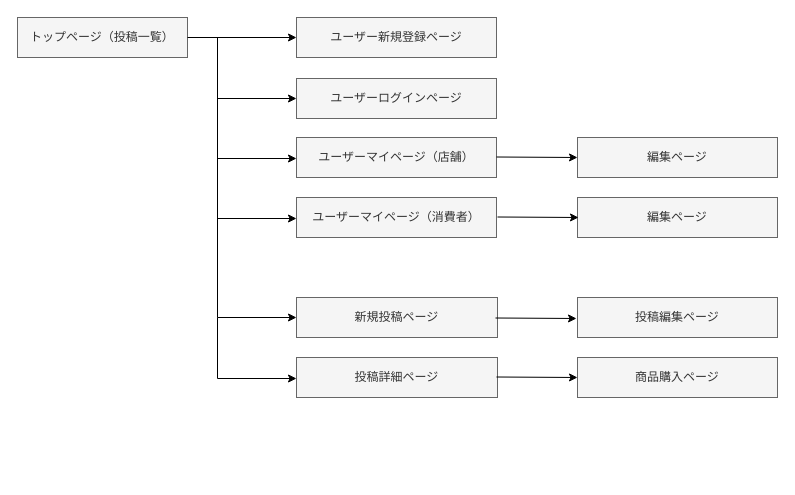
The draw.io diagram Untitled Diagram.drawio in tanaatsu/promo-37181, before the edit. Source tidied: cells renumbered, new cells numbered last; positions are measured from the earlier drawing's top-left corner, leaving out a move shared by most shapes. Both pictures are drawn from the tidied source at 100%, with x=0, y=0 at pixel (17, 17).
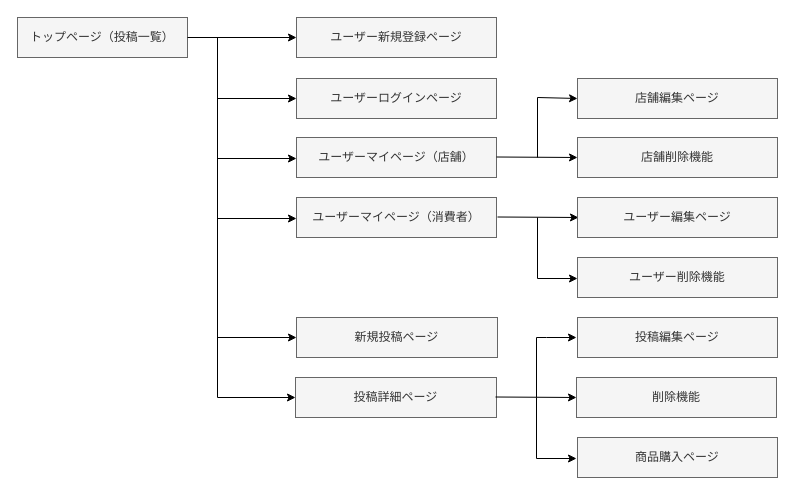
Above is the later version.

Unchanged cells that the change refers to:
```xml
<mxCell id="7" value="ユーザー新規登録ページ" style="whiteSpace=wrap;html=1;align=center;fillColor=#f5f5f5;fontColor=#333333;strokeColor=#666666;" parent="1" vertex="1">
  <mxGeometry x="279" width="200" height="40" as="geometry" />
</mxCell>
<mxCell id="8" value="ユーザーログインページ" style="whiteSpace=wrap;html=1;align=center;fillColor=#f5f5f5;fontColor=#333333;strokeColor=#666666;" parent="1" vertex="1">
  <mxGeometry x="279" y="61" width="200" height="40" as="geometry" />
</mxCell>
```

The edit, as a diff of the source:
```diff
@@
+    <mxCell id="23" value="削除機能" style="whiteSpace=wrap;html=1;align=center;fillColor=#f5f5f5;fontColor=#333333;strokeColor=#666666;" parent="1" vertex="1">
+      <mxGeometry x="559" y="360" width="200" height="40" as="geometry" />
+    </mxCell>
+    <mxCell id="24" value="店舗削除機能" style="whiteSpace=wrap;html=1;align=center;fillColor=#f5f5f5;fontColor=#333333;strokeColor=#666666;" parent="1" vertex="1">
+      <mxGeometry x="560" y="120" width="200" height="40" as="geometry" />
+    </mxCell>
@@
     <mxCell id="3" value="新規投稿ページ" style="whiteSpace=wrap;html=1;align=center;fillColor=#f5f5f5;fontColor=#333333;strokeColor=#666666;" parent="1" vertex="1">
-      <mxGeometry x="279" y="280" width="201" height="40" as="geometry" />
+      <mxGeometry x="279" y="300" width="201" height="40" as="geometry" />
     </mxCell>
     <mxCell id="4" value="投稿詳細ページ" style="whiteSpace=wrap;html=1;align=center;fillColor=#f5f5f5;fontColor=#333333;strokeColor=#666666;" parent="1" vertex="1">
-      <mxGeometry x="279" y="340" width="201" height="40" as="geometry" />
+      <mxGeometry x="278" y="360" width="201" height="40" as="geometry" />
     </mxCell>
     <mxCell id="5" value="投稿編集ページ" style="whiteSpace=wrap;html=1;align=center;fillColor=#f5f5f5;fontColor=#333333;strokeColor=#666666;" parent="1" vertex="1">
-      <mxGeometry x="560" y="280" width="200" height="40" as="geometry" />
+      <mxGeometry x="560" y="300" width="200" height="40" as="geometry" />
     </mxCell>
     <mxCell id="6" value="商品購入ページ" style="whiteSpace=wrap;html=1;align=center;fillColor=#f5f5f5;fontColor=#333333;strokeColor=#666666;" parent="1" vertex="1">
-      <mxGeometry x="560" y="340" width="200" height="40" as="geometry" />
+      <mxGeometry x="560" y="420" width="200" height="40" as="geometry" />
     </mxCell>
@@
-    <mxCell id="11" value="編集ページ" style="whiteSpace=wrap;html=1;align=center;fillColor=#f5f5f5;fontColor=#333333;strokeColor=#666666;" parent="1" vertex="1">
-      <mxGeometry x="560" y="120" width="200" height="40" as="geometry" />
-    </mxCell>
-    <mxCell id="12" value="編集ページ" style="whiteSpace=wrap;html=1;align=center;fillColor=#f5f5f5;fontColor=#333333;strokeColor=#666666;" parent="1" vertex="1">
-      <mxGeometry x="560" y="180" width="200" height="40" as="geometry" />
-    </mxCell>
-    <mxCell id="13" style="endArrow=classic;html=1;rounded=0;entryX=0;entryY=0.5;entryDx=0;entryDy=0;" parent="1" edge="1" target="7">
-      <mxGeometry relative="1" as="geometry">
-        <mxPoint x="170" y="20" as="sourcePoint" />
-      </mxGeometry>
-    </mxCell>
-    <mxCell id="14" style="endArrow=classic;html=1;rounded=0;entryX=0;entryY=0.5;entryDx=0;entryDy=0;" parent="1" edge="1" target="8">
-      <mxGeometry relative="1" as="geometry">
-        <mxPoint x="200" y="20" as="sourcePoint" />
-        <Array as="points">
-          <mxPoint x="200" y="81" />
-        </Array>
-      </mxGeometry>
-    </mxCell>
-    <mxCell id="15" style="endArrow=classic;html=1;rounded=0;entryX=0;entryY=0.5;entryDx=0;entryDy=0;" parent="1" edge="1">
-      <mxGeometry relative="1" as="geometry">
-        <mxPoint x="200" y="80" as="sourcePoint" />
-        <mxPoint x="279" y="141" as="targetPoint" />
-        <Array as="points">
-          <mxPoint x="200" y="141" />
-        </Array>
-      </mxGeometry>
-    </mxCell>
-    <mxCell id="16" style="endArrow=classic;html=1;rounded=0;entryX=0;entryY=0.5;entryDx=0;entryDy=0;" parent="1" edge="1">
-      <mxGeometry relative="1" as="geometry">
-        <mxPoint x="200" y="140" as="sourcePoint" />
-        <mxPoint x="279" y="201" as="targetPoint" />
-        <Array as="points">
-          <mxPoint x="200" y="201" />
-        </Array>
-      </mxGeometry>
-    </mxCell>
-    <mxCell id="17" style="endArrow=classic;html=1;rounded=0;entryX=0;entryY=0.5;entryDx=0;entryDy=0;" parent="1" edge="1" target="3">
-      <mxGeometry relative="1" as="geometry">
-        <mxPoint x="200" y="200" as="sourcePoint" />
-        <Array as="points">
-          <mxPoint x="200" y="300" />
-        </Array>
-      </mxGeometry>
-    </mxCell>
-    <mxCell id="18" style="endArrow=classic;html=1;rounded=0;entryX=0;entryY=0.5;entryDx=0;entryDy=0;" parent="1" edge="1">
-      <mxGeometry relative="1" as="geometry">
-        <mxPoint x="200" y="300" as="sourcePoint" />
-        <mxPoint x="279" y="361" as="targetPoint" />
-        <Array as="points">
-          <mxPoint x="200" y="361" />
-        </Array>
-      </mxGeometry>
-    </mxCell>
-    <mxCell id="19" style="endArrow=classic;html=1;rounded=0;" parent="1" edge="1">
-      <mxGeometry relative="1" as="geometry">
-        <mxPoint x="479" y="139.5" as="sourcePoint" />
-        <mxPoint x="560" y="140" as="targetPoint" />
-      </mxGeometry>
-    </mxCell>
-    <mxCell id="20" style="endArrow=classic;html=1;rounded=0;" parent="1" edge="1">
-      <mxGeometry relative="1" as="geometry">
-        <mxPoint x="480" y="199.5" as="sourcePoint" />
-        <mxPoint x="561" y="200" as="targetPoint" />
-      </mxGeometry>
-    </mxCell>
-    <mxCell id="21" style="endArrow=classic;html=1;rounded=0;" parent="1" edge="1">
-      <mxGeometry relative="1" as="geometry">
-        <mxPoint x="478" y="300.5" as="sourcePoint" />
-        <mxPoint x="559" y="301" as="targetPoint" />
-      </mxGeometry>
-    </mxCell>
-    <mxCell id="22" style="endArrow=classic;html=1;rounded=0;" parent="1" edge="1">
-      <mxGeometry relative="1" as="geometry">
-        <mxPoint x="479" y="359.5" as="sourcePoint" />
-        <mxPoint x="560" y="360" as="targetPoint" />
-      </mxGeometry>
-    </mxCell>
+    <mxCell id="25" value="店舗編集ページ" style="whiteSpace=wrap;html=1;align=center;fillColor=#f5f5f5;fontColor=#333333;strokeColor=#666666;" parent="1" vertex="1">
+      <mxGeometry x="560" y="61" width="200" height="40" as="geometry" />
+    </mxCell>
+    <mxCell id="26" style="endArrow=classic;html=1;rounded=0;entryX=0;entryY=0.5;entryDx=0;entryDy=0;" parent="1" edge="1" target="7">
+      <mxGeometry relative="1" as="geometry">
+        <mxPoint x="170" y="20" as="sourcePoint" />
+      </mxGeometry>
+    </mxCell>
+    <mxCell id="27" style="endArrow=classic;html=1;rounded=0;entryX=0;entryY=0.5;entryDx=0;entryDy=0;" parent="1" edge="1" target="8">
+      <mxGeometry relative="1" as="geometry">
+        <mxPoint x="200" y="20" as="sourcePoint" />
+        <Array as="points">
+          <mxPoint x="200" y="81" />
+        </Array>
+      </mxGeometry>
+    </mxCell>
+    <mxCell id="28" style="endArrow=classic;html=1;rounded=0;entryX=0;entryY=0.5;entryDx=0;entryDy=0;" parent="1" edge="1">
+      <mxGeometry relative="1" as="geometry">
+        <mxPoint x="200" y="80" as="sourcePoint" />
+        <mxPoint x="279" y="141" as="targetPoint" />
+        <Array as="points">
+          <mxPoint x="200" y="141" />
+        </Array>
+      </mxGeometry>
+    </mxCell>
+    <mxCell id="29" style="endArrow=classic;html=1;rounded=0;entryX=0;entryY=0.5;entryDx=0;entryDy=0;" parent="1" edge="1">
+      <mxGeometry relative="1" as="geometry">
+        <mxPoint x="200" y="140" as="sourcePoint" />
+        <mxPoint x="279" y="201" as="targetPoint" />
+        <Array as="points">
+          <mxPoint x="200" y="201" />
+        </Array>
+      </mxGeometry>
+    </mxCell>
+    <mxCell id="30" style="endArrow=classic;html=1;rounded=0;entryX=0;entryY=0.5;entryDx=0;entryDy=0;" parent="1" edge="1" target="3">
+      <mxGeometry relative="1" as="geometry">
+        <mxPoint x="200" y="200" as="sourcePoint" />
+        <Array as="points">
+          <mxPoint x="200" y="320" />
+        </Array>
+      </mxGeometry>
+    </mxCell>
+    <mxCell id="31" style="endArrow=classic;html=1;rounded=0;entryX=0;entryY=0.5;entryDx=0;entryDy=0;" parent="1" edge="1" target="4">
+      <mxGeometry relative="1" as="geometry">
+        <mxPoint x="200" y="300" as="sourcePoint" />
+        <Array as="points">
+          <mxPoint x="200" y="380" />
+        </Array>
+      </mxGeometry>
+    </mxCell>
+    <mxCell id="32" style="endArrow=classic;html=1;rounded=0;" parent="1" edge="1">
+      <mxGeometry relative="1" as="geometry">
+        <mxPoint x="479" y="139.5" as="sourcePoint" />
+        <mxPoint x="560" y="140" as="targetPoint" />
+      </mxGeometry>
+    </mxCell>
+    <mxCell id="33" style="endArrow=classic;html=1;rounded=0;" parent="1" edge="1">
+      <mxGeometry relative="1" as="geometry">
+        <mxPoint x="480" y="199.5" as="sourcePoint" />
+        <mxPoint x="561" y="200" as="targetPoint" />
+      </mxGeometry>
+    </mxCell>
+    <mxCell id="34" style="endArrow=classic;html=1;rounded=0;" parent="1" edge="1">
+      <mxGeometry relative="1" as="geometry">
+        <mxPoint x="478" y="379.5" as="sourcePoint" />
+        <mxPoint x="559" y="380" as="targetPoint" />
+      </mxGeometry>
+    </mxCell>
+    <mxCell id="35" style="endArrow=classic;html=1;rounded=0;" parent="1" edge="1">
+      <mxGeometry relative="1" as="geometry">
+        <mxPoint x="519" y="380" as="sourcePoint" />
+        <mxPoint x="559" y="441" as="targetPoint" />
+        <Array as="points">
+          <mxPoint x="519" y="441" />
+        </Array>
+      </mxGeometry>
+    </mxCell>
+    <mxCell id="36" value="ユーザー編集ページ" style="whiteSpace=wrap;html=1;align=center;fillColor=#f5f5f5;fontColor=#333333;strokeColor=#666666;" parent="1" vertex="1">
+      <mxGeometry x="560" y="180" width="200" height="40" as="geometry" />
+    </mxCell>
+    <mxCell id="37" value="ユーザー削除機能" style="whiteSpace=wrap;html=1;align=center;fillColor=#f5f5f5;fontColor=#333333;strokeColor=#666666;" parent="1" vertex="1">
+      <mxGeometry x="560" y="240" width="200" height="40" as="geometry" />
+    </mxCell>
+    <mxCell id="38" style="endArrow=classic;html=1;rounded=0;" parent="1" edge="1">
+      <mxGeometry relative="1" as="geometry">
+        <mxPoint x="520" y="200" as="sourcePoint" />
+        <mxPoint x="560" y="261" as="targetPoint" />
+        <Array as="points">
+          <mxPoint x="520" y="261" />
+        </Array>
+      </mxGeometry>
+    </mxCell>
+    <mxCell id="39" style="endArrow=classic;html=1;rounded=0;entryX=0;entryY=0.5;entryDx=0;entryDy=0;" parent="1" edge="1" target="25">
+      <mxGeometry relative="1" as="geometry">
+        <mxPoint x="520" y="140" as="sourcePoint" />
+        <Array as="points">
+          <mxPoint x="520" y="80" />
+        </Array>
+      </mxGeometry>
+    </mxCell>
+    <mxCell id="40" style="endArrow=classic;html=1;rounded=0;entryX=0;entryY=0.5;entryDx=0;entryDy=0;" parent="1" edge="1">
+      <mxGeometry relative="1" as="geometry">
+        <mxPoint x="519" y="380" as="sourcePoint" />
+        <mxPoint x="559" y="320" as="targetPoint" />
+        <Array as="points">
+          <mxPoint x="519" y="320" />
+          <mxPoint x="529" y="320" />
+        </Array>
+      </mxGeometry>
+    </mxCell>
```
